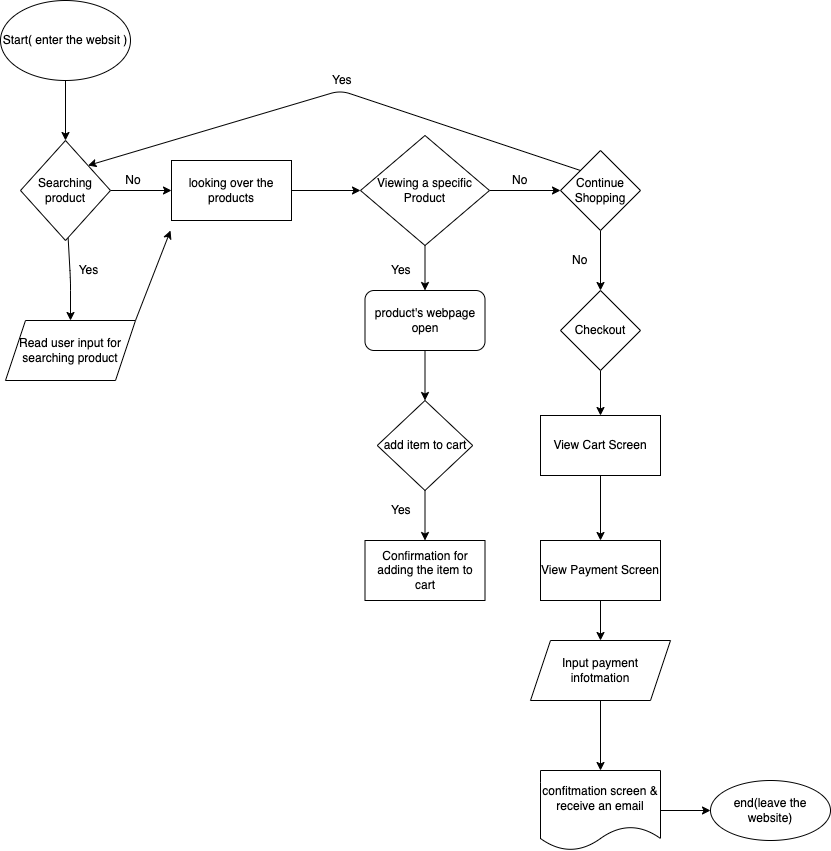
Before: explore/diagramming/diagram.drawio.png, a diagram exported from draw.io (renawuq/fa22-cse110-lab4). Source tidied: cells renumbered, new cells last; positions are measured from the earlier drawing's top-left corner, leaving out a move shared by most shapes.
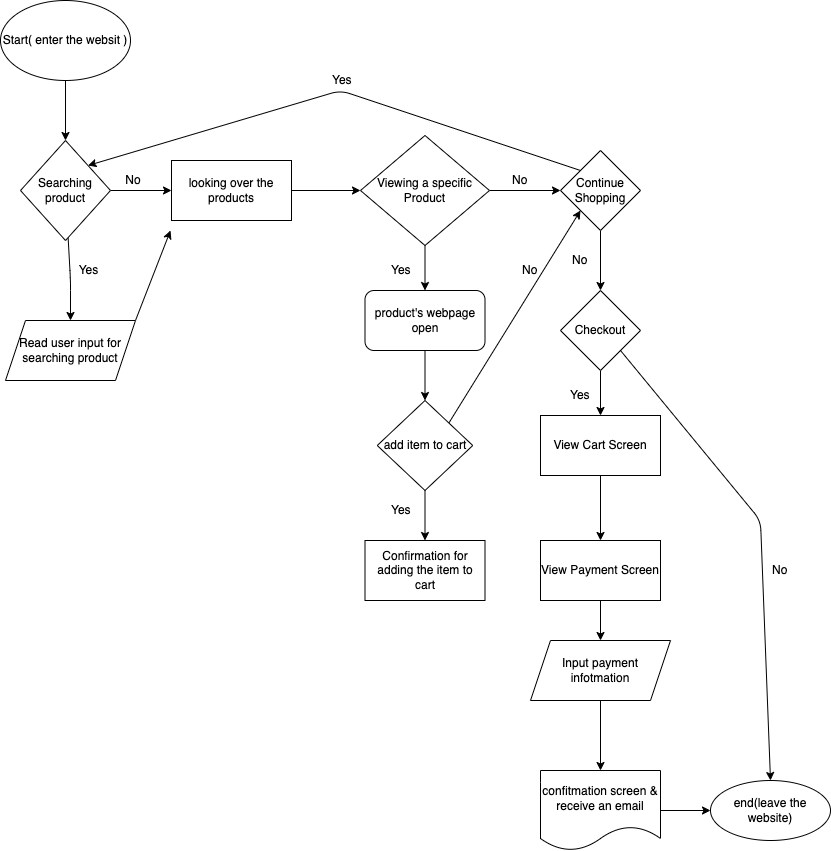
Later version of the same file.

Diff of the diagram source:
```diff
@@ -53,6 +53,9 @@
     <mxCell id="16" style="edgeStyle=none;html=1;exitX=0.5;exitY=1;exitDx=0;exitDy=0;entryX=0.5;entryY=0;entryDx=0;entryDy=0;" parent="1" edge="1" source="17" target="18">
       <mxGeometry relative="1" as="geometry" />
     </mxCell>
+    <mxCell id="40" style="edgeStyle=none;html=1;exitX=1;exitY=0;exitDx=0;exitDy=0;entryX=0;entryY=1;entryDx=0;entryDy=0;" parent="1" edge="1" source="17" target="23">
+      <mxGeometry relative="1" as="geometry" />
+    </mxCell>
     <mxCell id="17" value="add item to cart" style="rhombus;whiteSpace=wrap;html=1;" parent="1" vertex="1">
       <mxGeometry x="376.8" y="400" width="95.5" height="90" as="geometry" />
     </mxCell>
@@ -93,6 +96,13 @@
     <mxCell id="28" style="edgeStyle=none;html=1;" parent="1" edge="1" source="29" target="32">
       <mxGeometry relative="1" as="geometry" />
     </mxCell>
+    <mxCell id="41" style="edgeStyle=none;html=1;exitX=1;exitY=1;exitDx=0;exitDy=0;entryX=0.5;entryY=0;entryDx=0;entryDy=0;" parent="1" edge="1" source="29" target="39">
+      <mxGeometry relative="1" as="geometry">
+        <Array as="points">
+          <mxPoint x="760" y="520" />
+        </Array>
+      </mxGeometry>
+    </mxCell>
     <mxCell id="29" value="Checkout" style="rhombus;whiteSpace=wrap;html=1;" parent="1" vertex="1">
       <mxGeometry x="560" y="290" width="80" height="80" as="geometry" />
     </mxCell>
@@ -126,5 +136,14 @@
     <mxCell id="39" value="end(leave the website)" style="ellipse;whiteSpace=wrap;html=1;" parent="1" vertex="1">
       <mxGeometry x="710" y="780" width="120" height="60" as="geometry" />
     </mxCell>
+    <mxCell id="42" value="No" style="text;strokeColor=none;fillColor=none;html=1;whiteSpace=wrap;verticalAlign=middle;overflow=hidden;rotation=0;" parent="1" vertex="1">
+      <mxGeometry x="520" y="260" width="40" height="20" as="geometry" />
+    </mxCell>
+    <mxCell id="43" value="Yes" style="text;strokeColor=none;fillColor=none;html=1;whiteSpace=wrap;verticalAlign=middle;overflow=hidden;" parent="1" vertex="1">
+      <mxGeometry x="567.8" y="380" width="44.5" height="30" as="geometry" />
+    </mxCell>
+    <mxCell id="44" value="No" style="text;strokeColor=none;fillColor=none;html=1;whiteSpace=wrap;verticalAlign=middle;overflow=hidden;" parent="1" vertex="1">
+      <mxGeometry x="770" y="550" width="40" height="40" as="geometry" />
+    </mxCell>
   </root>
 </mxGraphModel>
```
